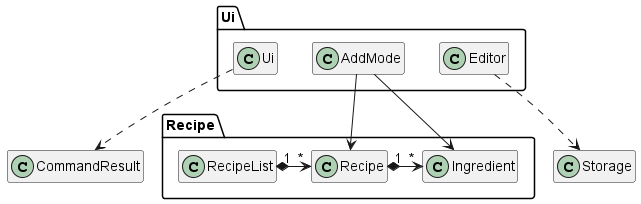
Before: docs/images/ClassDiagrams/UiClassDiagram.png, a diagram exported from PlantUML (nus-cs2113-AY2223S1/tp).
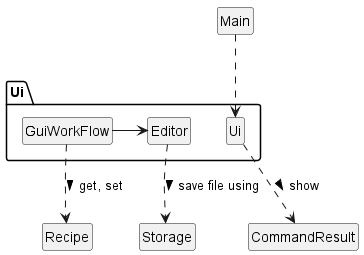
Later version of the same file.

What changed in the source:
```diff
@@ -1,27 +1,22 @@
 @startuml
+skinparam Style strictuml
 hide class fields
 hide class methods
 
-package Recipe {
-class RecipeList
 class Recipe
-class Ingredient
-}
 
 package Ui {
 class Ui
-class AddMode
 class Editor
+class GuiWorkFlow
 }
 
 class Storage
-
-Ui ..> CommandResult
-
-AddMode --> Recipe
-AddMode --> Ingredient
-RecipeList "1" *-right-> "*" Recipe
-Recipe "1" *-right-> "*" Ingredient
-Editor .down-> Storage
+class Main
+Main .-> Ui
+Ui ..> CommandResult: show >
+GuiWorkFlow -> Editor
+GuiWorkFlow .-> Recipe: get, set >
+Editor .down-> Storage: save file using >
 
 @enduml
```
